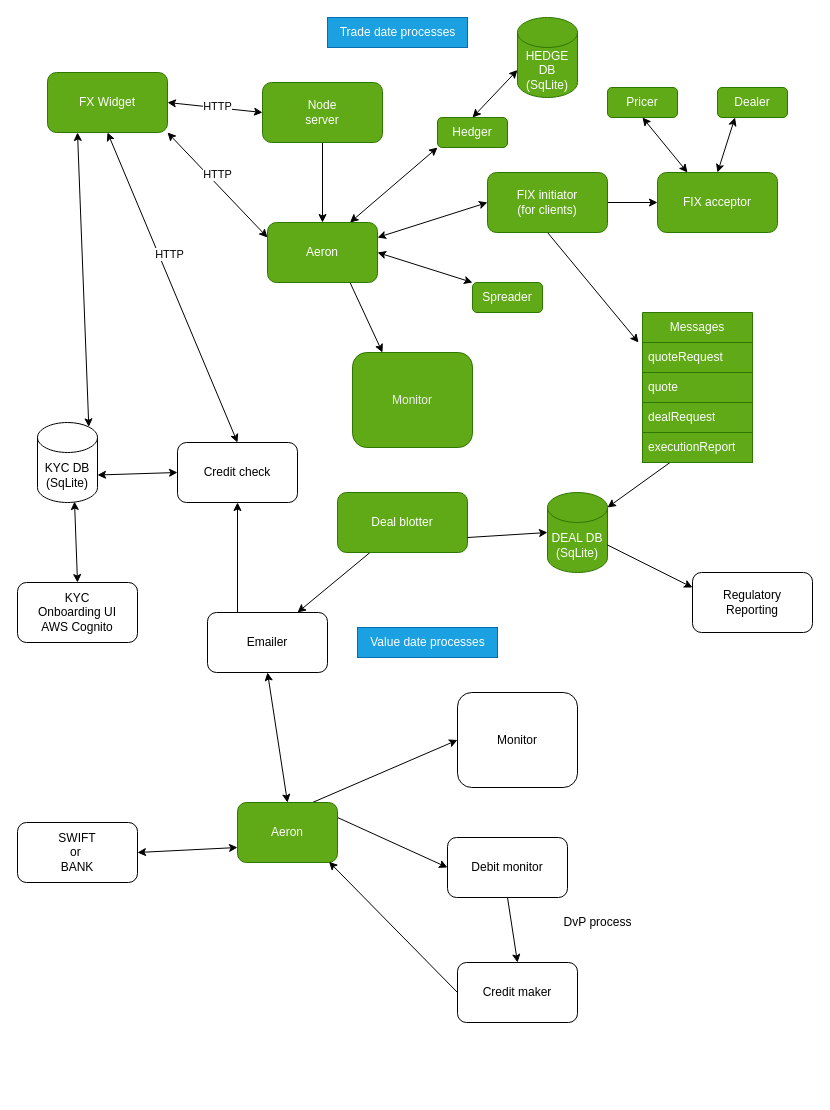
Above: arch.drawio in rupweb/ws-front-end (draw.io), before the change. Source tidied: cells renumbered, new cells numbered last; positions are measured from the earlier drawing's top-left corner, leaving out a move shared by most shapes. Both pictures are drawn from the tidied source at 100%, with x=0, y=0 at pixel (17, 17).
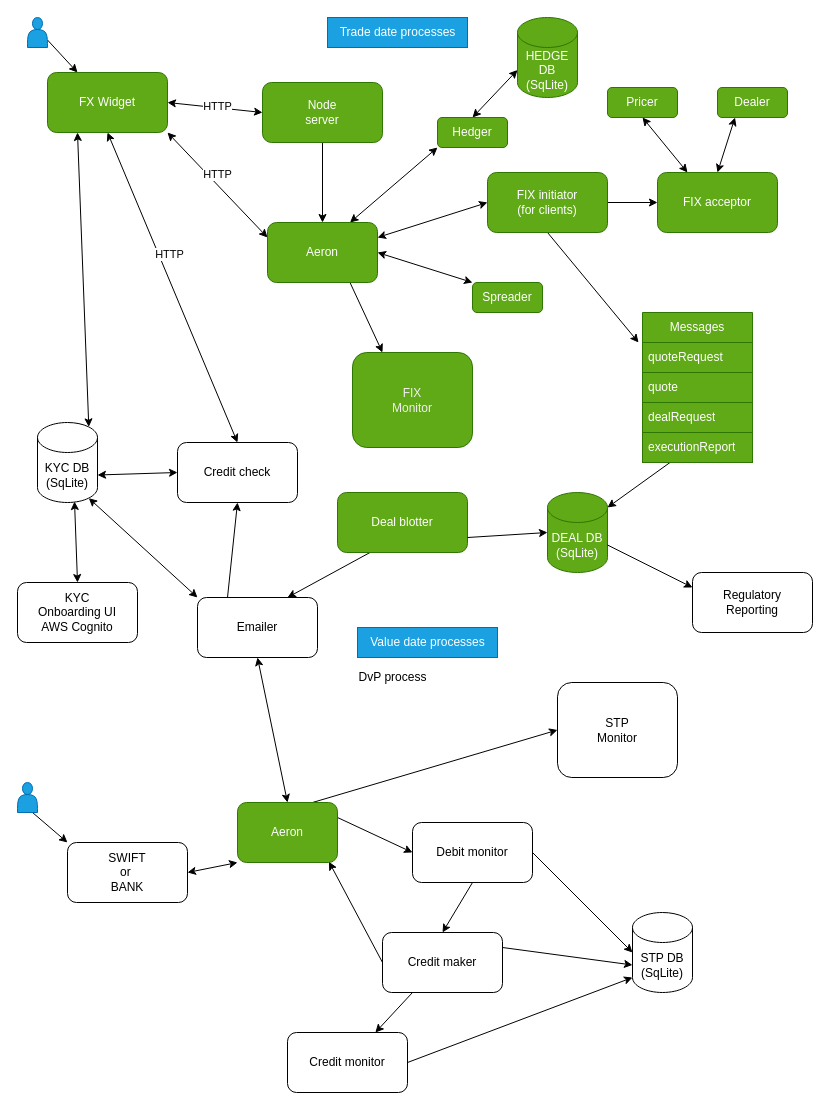
The same page after the edit.

The change refers to these unchanged cells:
```xml
<mxCell id="2" value="FX Widget" style="rounded=1;whiteSpace=wrap;html=1;fillColor=#60a917;fontColor=#ffffff;strokeColor=#2D7600;" parent="1" vertex="1">
  <mxGeometry x="30" y="55" width="120" height="60" as="geometry" />
</mxCell>
<mxCell id="20" value="KYC DB&lt;br&gt;(SqLite)" style="shape=cylinder3;whiteSpace=wrap;html=1;boundedLbl=1;backgroundOutline=1;size=15;" parent="1" vertex="1">
  <mxGeometry x="20" y="405" width="60" height="80" as="geometry" />
</mxCell>
<mxCell id="47" value="Aeron" style="rounded=1;whiteSpace=wrap;html=1;fillColor=#60a917;fontColor=#ffffff;strokeColor=#2D7600;" parent="1" vertex="1">
  <mxGeometry x="220" y="785" width="100" height="60" as="geometry" />
</mxCell>
```

Change to the diagram source:
```diff
@@
-    <mxCell id="23" value="&lt;font color=&quot;#f0f0f0&quot;&gt;Monitor&lt;/font&gt;" style="rounded=1;whiteSpace=wrap;html=1;fillColor=#60a917;fontColor=#ffffff;strokeColor=#2D7600;" parent="1" vertex="1">
+    <mxCell id="23" value="&lt;font color=&quot;#f0f0f0&quot;&gt;FIX&lt;br&gt;Monitor&lt;/font&gt;" style="rounded=1;whiteSpace=wrap;html=1;fillColor=#60a917;fontColor=#ffffff;strokeColor=#2D7600;" parent="1" vertex="1">
       <mxGeometry x="335" y="335" width="120" height="95" as="geometry" />
     </mxCell>
@@
+    <mxCell id="63" style="edgeStyle=none;html=1;exitX=0;exitY=0;exitDx=0;exitDy=0;entryX=0.855;entryY=1;entryDx=0;entryDy=-4.35;entryPerimeter=0;startArrow=classic;startFill=1;" parent="1" edge="1" source="41" target="20">
+      <mxGeometry relative="1" as="geometry" />
+    </mxCell>
     <mxCell id="41" value="Emailer" style="rounded=1;whiteSpace=wrap;html=1;" parent="1" vertex="1">
-      <mxGeometry x="190" y="595" width="120" height="60" as="geometry" />
+      <mxGeometry x="180" y="580" width="120" height="60" as="geometry" />
     </mxCell>
     <mxCell id="42" value="SWIFT&lt;br&gt;or&amp;nbsp;&lt;br&gt;BANK" style="rounded=1;whiteSpace=wrap;html=1;" parent="1" vertex="1">
-      <mxGeometry y="805" width="120" height="60" as="geometry" />
+      <mxGeometry x="50" y="825" width="120" height="60" as="geometry" />
     </mxCell>
@@
+    <mxCell id="64" style="edgeStyle=none;html=1;exitX=1;exitY=0.5;exitDx=0;exitDy=0;entryX=0;entryY=0.5;entryDx=0;entryDy=0;entryPerimeter=0;startArrow=none;startFill=0;" parent="1" edge="1" source="44" target="67">
+      <mxGeometry relative="1" as="geometry" />
+    </mxCell>
     <mxCell id="44" value="Debit monitor" style="rounded=1;whiteSpace=wrap;html=1;" parent="1" vertex="1">
-      <mxGeometry x="430" y="820" width="120" height="60" as="geometry" />
+      <mxGeometry x="395" y="805" width="120" height="60" as="geometry" />
     </mxCell>
@@
-    <mxCell id="48" value="Monitor" style="rounded=1;whiteSpace=wrap;html=1;" parent="1" vertex="1">
-      <mxGeometry x="440" y="675" width="120" height="95" as="geometry" />
+    <mxCell id="48" value="STP&lt;br&gt;Monitor" style="rounded=1;whiteSpace=wrap;html=1;" parent="1" vertex="1">
+      <mxGeometry x="540" y="665" width="120" height="95" as="geometry" />
     </mxCell>
-    <mxCell id="49" style="endArrow=classic;startArrow=classic;html=1;entryX=1;entryY=0.5;entryDx=0;entryDy=0;exitX=0;exitY=0.75;exitDx=0;exitDy=0;" parent="1" edge="1" source="47" target="42">
+    <mxCell id="49" style="endArrow=classic;startArrow=classic;html=1;entryX=1;entryY=0.5;entryDx=0;entryDy=0;exitX=0;exitY=1;exitDx=0;exitDy=0;" parent="1" edge="1" source="47" target="42">
       <mxGeometry relative="1" as="geometry" />
     </mxCell>
@@
+    <mxCell id="65" style="edgeStyle=none;html=1;exitX=0.25;exitY=1;exitDx=0;exitDy=0;startArrow=none;startFill=0;" parent="1" edge="1" source="51" target="69">
+      <mxGeometry relative="1" as="geometry" />
+    </mxCell>
+    <mxCell id="66" style="edgeStyle=none;html=1;exitX=1;exitY=0.25;exitDx=0;exitDy=0;entryX=0;entryY=0;entryDx=0;entryDy=52.5;entryPerimeter=0;startArrow=none;startFill=0;" parent="1" edge="1" source="51" target="67">
+      <mxGeometry relative="1" as="geometry" />
+    </mxCell>
     <mxCell id="51" value="Credit maker" style="rounded=1;whiteSpace=wrap;html=1;" parent="1" vertex="1">
-      <mxGeometry x="440" y="945" width="120" height="60" as="geometry" />
+      <mxGeometry x="365" y="915" width="120" height="60" as="geometry" />
     </mxCell>
@@
     <mxCell id="53" value="DvP process" style="text;html=1;align=center;verticalAlign=middle;strokeColor=none;fillColor=none;" parent="1" vertex="1">
-      <mxGeometry x="535" y="890" width="90" height="30" as="geometry" />
+      <mxGeometry x="330" y="645" width="90" height="30" as="geometry" />
     </mxCell>
@@
+    <mxCell id="67" value="STP DB&lt;br&gt;(SqLite)" style="shape=cylinder3;whiteSpace=wrap;html=1;boundedLbl=1;backgroundOutline=1;size=15;" parent="1" vertex="1">
+      <mxGeometry x="615" y="895" width="60" height="80" as="geometry" />
+    </mxCell>
+    <mxCell id="68" style="edgeStyle=none;html=1;exitX=1;exitY=0.5;exitDx=0;exitDy=0;entryX=0;entryY=1;entryDx=0;entryDy=-15;entryPerimeter=0;startArrow=none;startFill=0;" parent="1" edge="1" source="69" target="67">
+      <mxGeometry relative="1" as="geometry" />
+    </mxCell>
+    <mxCell id="69" value="Credit&amp;nbsp;monitor" style="rounded=1;whiteSpace=wrap;html=1;" parent="1" vertex="1">
+      <mxGeometry x="270" y="1015" width="120" height="60" as="geometry" />
+    </mxCell>
+    <mxCell id="70" style="edgeStyle=none;html=1;exitX=0.75;exitY=1;exitDx=0;exitDy=0;entryX=0;entryY=0;entryDx=0;entryDy=0;startArrow=none;startFill=0;" parent="1" edge="1" source="71" target="42">
+      <mxGeometry relative="1" as="geometry" />
+    </mxCell>
+    <mxCell id="71" style="shape=actor;whiteSpace=wrap;html=1;fillColor=#1ba1e2;fontColor=#ffffff;strokeColor=#006EAF;" parent="1" vertex="1">
+      <mxGeometry y="765" width="20" height="30" as="geometry" />
+    </mxCell>
+    <mxCell id="72" style="edgeStyle=none;html=1;exitX=1;exitY=0.75;exitDx=0;exitDy=0;entryX=0.25;entryY=0;entryDx=0;entryDy=0;startArrow=none;startFill=0;" parent="1" edge="1" source="73" target="2">
+      <mxGeometry relative="1" as="geometry" />
+    </mxCell>
+    <mxCell id="73" style="shape=actor;whiteSpace=wrap;html=1;fillColor=#1ba1e2;fontColor=#ffffff;strokeColor=#006EAF;" parent="1" vertex="1">
+      <mxGeometry x="10" width="20" height="30" as="geometry" />
+    </mxCell>
```
